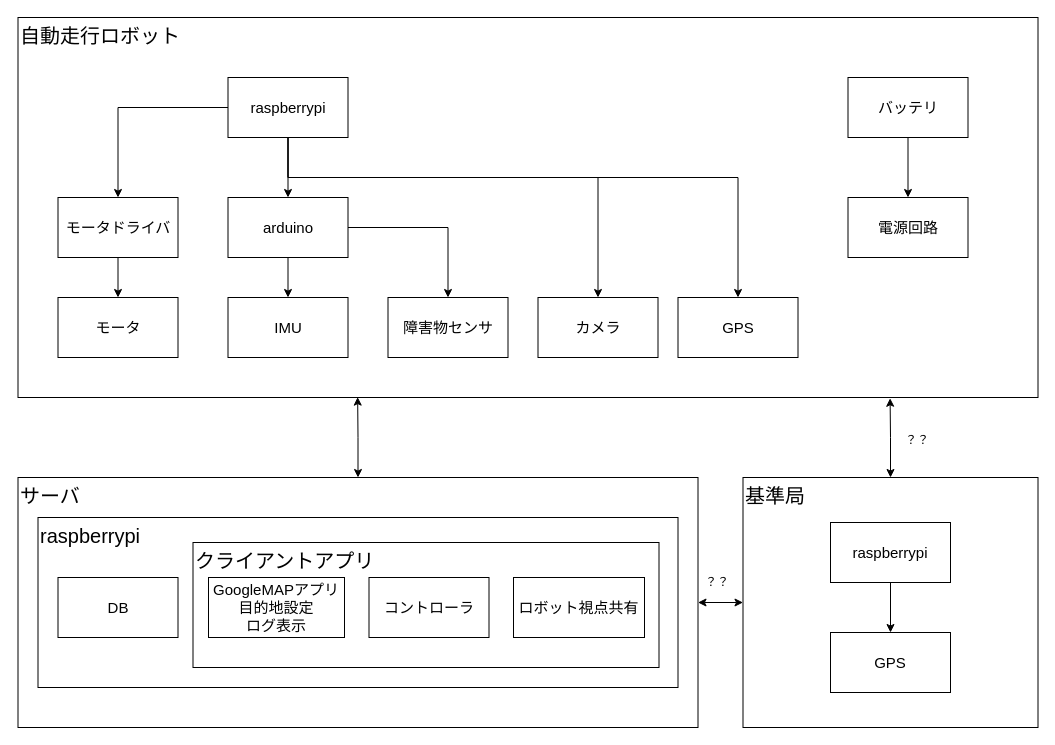
Earlier version of the draw.io diagram docs/システム構成図.drawio (moca0511/-). Source tidied: cells renumbered, new cells numbered last; positions are measured from the earlier drawing's top-left corner, leaving out a move shared by most shapes. Both pictures are drawn from the tidied source at 100%, with x=0, y=0 at pixel (17, 17).
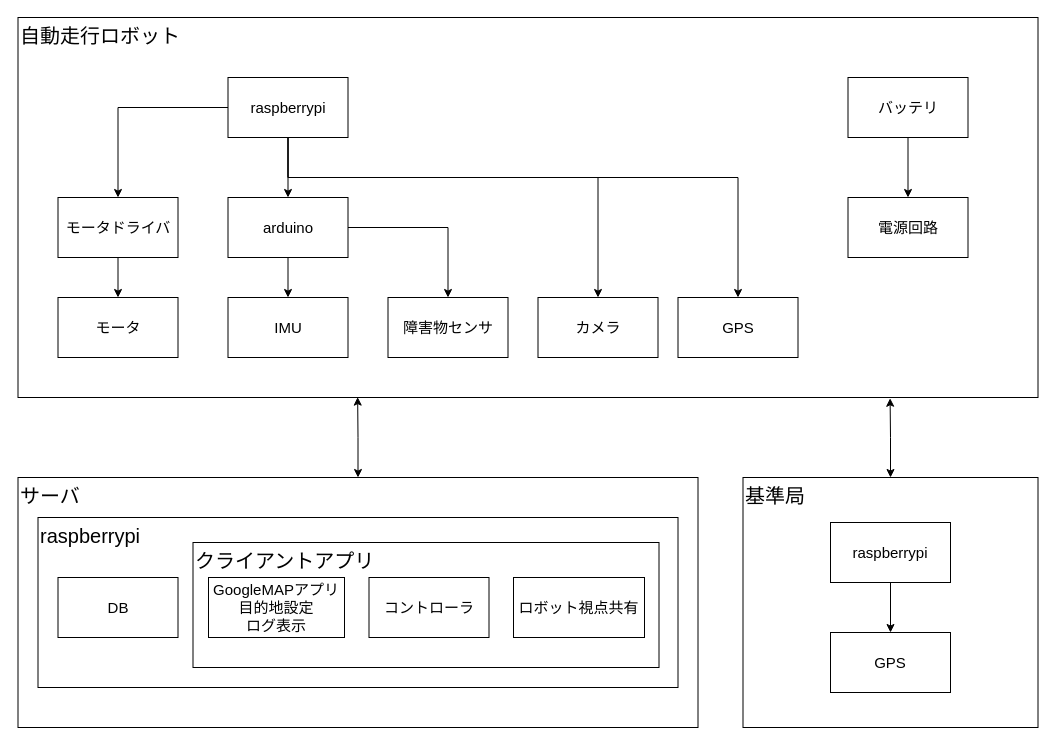
After the change.

Commit message (it also covers changes not shown here):
シーケンス図(仮)システム構成図加筆、部品選定(IMU,電源,サブマイコン)

The change refers to these unchanged cells:
```xml
<mxCell id="17" value="&lt;font style=&quot;font-size: 20px&quot;&gt;サーバ&lt;/font&gt;" style="rounded=0;whiteSpace=wrap;html=1;labelBackgroundColor=none;fillColor=none;align=left;verticalAlign=top;" parent="1" vertex="1">
  <mxGeometry x="0.5" y="460" width="680" height="250" as="geometry" />
</mxCell>
<mxCell id="31" value="&lt;font style=&quot;font-size: 20px&quot;&gt;基準局&lt;/font&gt;" style="rounded=0;whiteSpace=wrap;html=1;labelBackgroundColor=none;fillColor=none;align=left;verticalAlign=top;" parent="1" vertex="1">
  <mxGeometry x="725.5" y="460" width="295" height="250" as="geometry" />
</mxCell>
```

What changed in the source:
```diff
@@
-    <mxCell id="30" style="edgeStyle=orthogonalEdgeStyle;rounded=0;jettySize=auto;html=1;exitX=0;exitY=0.5;exitDx=0;exitDy=0;entryX=1;entryY=0.5;entryDx=0;entryDy=0;startArrow=classic;startFill=1;endArrow=classic;endFill=1;" parent="1" edge="1" source="31" target="17">
-      <mxGeometry relative="1" as="geometry" />
-    </mxCell>
@@
-    <mxCell id="35" value="？？&lt;br&gt;" style="text;html=1;align=left;verticalAlign=top;spacingTop=-4;" parent="1" vertex="1">
-      <mxGeometry x="886" y="413" width="40" height="20" as="geometry" />
-    </mxCell>
-    <mxCell id="36" value="？？&lt;br&gt;" style="text;html=1;align=left;verticalAlign=top;spacingTop=-4;" parent="1" vertex="1">
-      <mxGeometry x="685.5" y="555" width="40" height="20" as="geometry" />
-    </mxCell>
```
